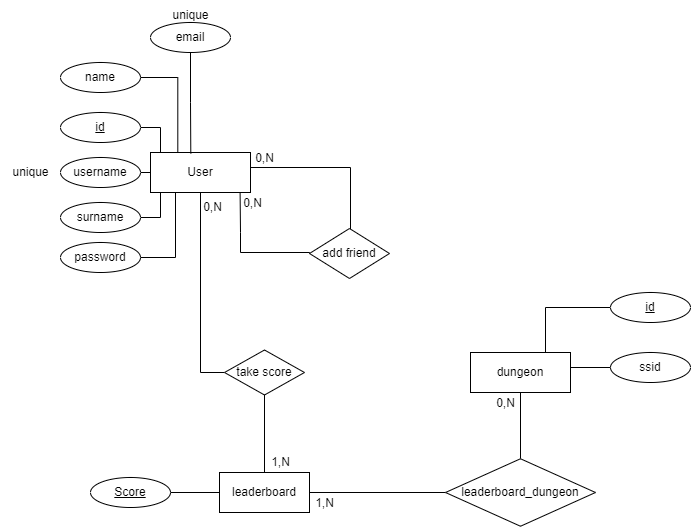
This is 7_Allegati/DataBase/Schema-ER-DB.png from smanedn/ColorfulSongs, a draw.io export, as it was before one commit. Source tidied: cells renumbered, new cells last; positions are measured from the earlier drawing's top-left corner, leaving out a move shared by most shapes. Source of this version:
```xml
<mxGraphModel>
  <root>
    <mxCell id="0" />
    <mxCell id="1" parent="0" />
    <mxCell id="2" style="edgeStyle=orthogonalEdgeStyle;rounded=0;jettySize=auto;html=1;endArrow=none;endFill=0;entryX=0;entryY=0.5;entryDx=0;entryDy=0;" parent="1" edge="1" source="3" target="30">
      <mxGeometry relative="1" as="geometry" />
    </mxCell>
    <mxCell id="3" value="User" style="whiteSpace=wrap;html=1;align=center;" parent="1" vertex="1">
      <mxGeometry x="150" y="152" width="100" height="40" as="geometry" />
    </mxCell>
    <mxCell id="4" value="name" style="ellipse;whiteSpace=wrap;html=1;align=center;" parent="1" vertex="1">
      <mxGeometry x="60" y="62" width="80" height="30" as="geometry" />
    </mxCell>
    <mxCell id="5" style="edgeStyle=orthogonalEdgeStyle;rounded=0;jettySize=auto;html=1;entryX=0;entryY=0.5;entryDx=0;entryDy=0;endArrow=none;endFill=0;exitX=1;exitY=0.5;exitDx=0;exitDy=0;" parent="1" edge="1" source="10" target="3">
      <mxGeometry relative="1" as="geometry" />
    </mxCell>
    <mxCell id="6" style="edgeStyle=orthogonalEdgeStyle;rounded=0;jettySize=auto;html=1;endArrow=none;endFill=0;" parent="1" edge="1" source="7">
      <mxGeometry relative="1" as="geometry">
        <mxPoint x="160" y="192" as="targetPoint" />
        <Array as="points">
          <mxPoint x="160" y="217" />
          <mxPoint x="160" y="192" />
        </Array>
      </mxGeometry>
    </mxCell>
    <mxCell id="7" value="surname" style="ellipse;whiteSpace=wrap;html=1;align=center;" parent="1" vertex="1">
      <mxGeometry x="60" y="202" width="80" height="30" as="geometry" />
    </mxCell>
    <mxCell id="8" style="edgeStyle=orthogonalEdgeStyle;rounded=0;jettySize=auto;html=1;entryX=0;entryY=0;entryDx=0;entryDy=0;endArrow=none;endFill=0;" parent="1" edge="1" source="9" target="3">
      <mxGeometry relative="1" as="geometry">
        <Array as="points">
          <mxPoint x="160" y="127" />
          <mxPoint x="160" y="152" />
        </Array>
      </mxGeometry>
    </mxCell>
    <mxCell id="9" value="id" style="ellipse;whiteSpace=wrap;html=1;align=center;fontStyle=4;" parent="1" vertex="1">
      <mxGeometry x="60" y="112" width="80" height="30" as="geometry" />
    </mxCell>
    <mxCell id="10" value="username" style="ellipse;whiteSpace=wrap;html=1;align=center;" parent="1" vertex="1">
      <mxGeometry x="60" y="157" width="80" height="30" as="geometry" />
    </mxCell>
    <mxCell id="11" value="password" style="ellipse;whiteSpace=wrap;html=1;align=center;" parent="1" vertex="1">
      <mxGeometry x="60" y="242" width="80" height="30" as="geometry" />
    </mxCell>
    <mxCell id="12" style="edgeStyle=orthogonalEdgeStyle;rounded=0;jettySize=auto;html=1;endArrow=none;endFill=0;exitX=1;exitY=0.5;exitDx=0;exitDy=0;entryX=0.25;entryY=1;entryDx=0;entryDy=0;" parent="1" edge="1" source="11" target="3">
      <mxGeometry relative="1" as="geometry">
        <Array as="points">
          <mxPoint x="175" y="257" />
        </Array>
      </mxGeometry>
    </mxCell>
    <mxCell id="13" value="0,N" style="text;html=1;align=center;verticalAlign=middle;strokeColor=none;fillColor=none;" parent="1" vertex="1">
      <mxGeometry x="244" y="143" width="40" height="30" as="geometry" />
    </mxCell>
    <mxCell id="14" value="unique" style="text;html=1;align=center;verticalAlign=middle;strokeColor=none;fillColor=none;" parent="1" vertex="1">
      <mxGeometry y="157" width="60" height="30" as="geometry" />
    </mxCell>
    <mxCell id="15" value="email" style="ellipse;whiteSpace=wrap;html=1;align=center;" parent="1" vertex="1">
      <mxGeometry x="150" y="22" width="80" height="30" as="geometry" />
    </mxCell>
    <mxCell id="16" value="unique" style="text;html=1;align=center;verticalAlign=middle;strokeColor=none;fillColor=none;" parent="1" vertex="1">
      <mxGeometry x="160" width="60" height="30" as="geometry" />
    </mxCell>
    <mxCell id="17" value="&lt;u&gt;Score&lt;/u&gt;" style="ellipse;whiteSpace=wrap;html=1;align=center;" parent="1" vertex="1">
      <mxGeometry x="90" y="477" width="80" height="30" as="geometry" />
    </mxCell>
    <mxCell id="18" value="add friend" style="rhombus;whiteSpace=wrap;html=1;" parent="1" vertex="1">
      <mxGeometry x="309" y="228" width="80" height="50" as="geometry" />
    </mxCell>
    <mxCell id="19" style="edgeStyle=orthogonalEdgeStyle;rounded=0;jettySize=auto;html=1;entryX=0.896;entryY=1.01;entryDx=0;entryDy=0;entryPerimeter=0;endArrow=none;endFill=0;exitX=0;exitY=0.5;exitDx=0;exitDy=0;" parent="1" edge="1" source="18" target="3">
      <mxGeometry relative="1" as="geometry">
        <Array as="points">
          <mxPoint x="240" y="252" />
          <mxPoint x="240" y="232" />
          <mxPoint x="240" y="232" />
        </Array>
      </mxGeometry>
    </mxCell>
    <mxCell id="20" style="edgeStyle=orthogonalEdgeStyle;rounded=0;jettySize=auto;html=1;entryX=1;entryY=0.5;entryDx=0;entryDy=0;endArrow=none;endFill=0;" parent="1" edge="1" source="18" target="3">
      <mxGeometry relative="1" as="geometry">
        <Array as="points">
          <mxPoint x="350" y="167" />
          <mxPoint x="250" y="167" />
        </Array>
      </mxGeometry>
    </mxCell>
    <mxCell id="21" value="0,N" style="text;html=1;align=center;verticalAlign=middle;strokeColor=none;fillColor=none;" parent="1" vertex="1">
      <mxGeometry x="232" y="188" width="40" height="30" as="geometry" />
    </mxCell>
    <mxCell id="22" style="edgeStyle=orthogonalEdgeStyle;rounded=0;jettySize=auto;html=1;entryX=0.273;entryY=0.009;entryDx=0;entryDy=0;entryPerimeter=0;endArrow=none;endFill=0;" parent="1" edge="1" source="4" target="3">
      <mxGeometry relative="1" as="geometry" />
    </mxCell>
    <mxCell id="23" style="edgeStyle=orthogonalEdgeStyle;rounded=0;jettySize=auto;html=1;entryX=0.403;entryY=0.024;entryDx=0;entryDy=0;entryPerimeter=0;endArrow=none;endFill=0;" parent="1" edge="1" source="15" target="3">
      <mxGeometry relative="1" as="geometry" />
    </mxCell>
    <mxCell id="24" style="edgeStyle=orthogonalEdgeStyle;rounded=0;jettySize=auto;html=1;entryX=0.5;entryY=0;entryDx=0;entryDy=0;endArrow=none;endFill=0;" parent="1" edge="1" source="25" target="35">
      <mxGeometry relative="1" as="geometry" />
    </mxCell>
    <mxCell id="25" value="dungeon" style="whiteSpace=wrap;html=1;" parent="1" vertex="1">
      <mxGeometry x="470" y="352" width="100" height="40" as="geometry" />
    </mxCell>
    <mxCell id="26" value="ssid" style="ellipse;whiteSpace=wrap;html=1;align=center;" parent="1" vertex="1">
      <mxGeometry x="610" y="352" width="80" height="30" as="geometry" />
    </mxCell>
    <mxCell id="27" style="edgeStyle=orthogonalEdgeStyle;rounded=0;jettySize=auto;html=1;entryX=0.75;entryY=0;entryDx=0;entryDy=0;endArrow=none;endFill=0;" parent="1" edge="1" source="28" target="25">
      <mxGeometry relative="1" as="geometry" />
    </mxCell>
    <mxCell id="28" value="&lt;u&gt;id&lt;/u&gt;" style="ellipse;whiteSpace=wrap;html=1;align=center;" parent="1" vertex="1">
      <mxGeometry x="610" y="292" width="80" height="30" as="geometry" />
    </mxCell>
    <mxCell id="29" style="edgeStyle=orthogonalEdgeStyle;rounded=0;jettySize=auto;html=1;entryX=1;entryY=0;entryDx=0;entryDy=0;endArrow=none;endFill=0;" parent="1" edge="1" source="26" target="25">
      <mxGeometry relative="1" as="geometry">
        <Array as="points">
          <mxPoint x="570" y="367" />
        </Array>
      </mxGeometry>
    </mxCell>
    <mxCell id="30" value="take score" style="rhombus;whiteSpace=wrap;html=1;" parent="1" vertex="1">
      <mxGeometry x="224" y="349.5" width="80" height="45" as="geometry" />
    </mxCell>
    <mxCell id="31" style="edgeStyle=orthogonalEdgeStyle;rounded=0;jettySize=auto;html=1;endArrow=none;endFill=0;" parent="1" edge="1" source="33" target="17">
      <mxGeometry relative="1" as="geometry" />
    </mxCell>
    <mxCell id="32" style="edgeStyle=orthogonalEdgeStyle;rounded=0;jettySize=auto;html=1;endArrow=none;endFill=0;entryX=0;entryY=0.5;entryDx=0;entryDy=0;" parent="1" edge="1" source="33" target="35">
      <mxGeometry relative="1" as="geometry" />
    </mxCell>
    <mxCell id="33" value="leaderboard" style="whiteSpace=wrap;html=1;" parent="1" vertex="1">
      <mxGeometry x="219" y="472" width="90" height="40" as="geometry" />
    </mxCell>
    <mxCell id="34" style="edgeStyle=orthogonalEdgeStyle;rounded=0;jettySize=auto;html=1;entryX=0.5;entryY=0;entryDx=0;entryDy=0;endArrow=none;endFill=0;" parent="1" edge="1" source="30" target="33">
      <mxGeometry relative="1" as="geometry" />
    </mxCell>
    <mxCell id="35" value="leaderboard_dungeon" style="rhombus;whiteSpace=wrap;html=1;" parent="1" vertex="1">
      <mxGeometry x="445" y="458.2" width="150" height="67.5" as="geometry" />
    </mxCell>
    <mxCell id="36" value="0,N" style="text;html=1;align=center;verticalAlign=middle;strokeColor=none;fillColor=none;" parent="1" vertex="1">
      <mxGeometry x="192" y="192" width="40" height="30" as="geometry" />
    </mxCell>
    <mxCell id="37" value="1&lt;span style=&quot;background-color: transparent; color: light-dark(rgb(0, 0, 0), rgb(255, 255, 255));&quot;&gt;,N&lt;/span&gt;" style="text;html=1;align=center;verticalAlign=middle;strokeColor=none;fillColor=none;" parent="1" vertex="1">
      <mxGeometry x="260" y="447" width="40" height="30" as="geometry" />
    </mxCell>
    <mxCell id="38" value="1,N" style="text;html=1;align=center;verticalAlign=middle;strokeColor=none;fillColor=none;" parent="1" vertex="1">
      <mxGeometry x="304" y="488" width="40" height="30" as="geometry" />
    </mxCell>
    <mxCell id="39" value="0,N" style="text;html=1;align=center;verticalAlign=middle;strokeColor=none;fillColor=none;" parent="1" vertex="1">
      <mxGeometry x="485" y="388" width="40" height="30" as="geometry" />
    </mxCell>
  </root>
</mxGraphModel>
```
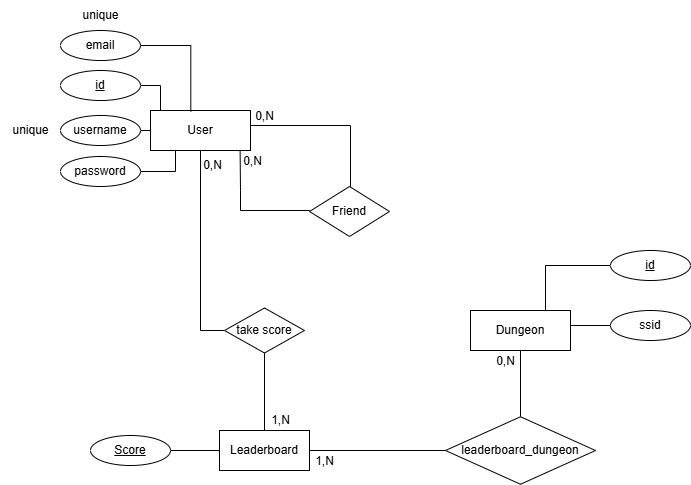
Above is the later version.

The edit, as a diff of the source:
```diff
@@ -8,24 +8,9 @@
     <mxCell id="3" value="User" style="whiteSpace=wrap;html=1;align=center;" parent="1" vertex="1">
       <mxGeometry x="150" y="152" width="100" height="40" as="geometry" />
     </mxCell>
-    <mxCell id="4" value="name" style="ellipse;whiteSpace=wrap;html=1;align=center;" parent="1" vertex="1">
-      <mxGeometry x="60" y="62" width="80" height="30" as="geometry" />
-    </mxCell>
     <mxCell id="5" style="edgeStyle=orthogonalEdgeStyle;rounded=0;jettySize=auto;html=1;entryX=0;entryY=0.5;entryDx=0;entryDy=0;endArrow=none;endFill=0;exitX=1;exitY=0.5;exitDx=0;exitDy=0;" parent="1" edge="1" source="10" target="3">
       <mxGeometry relative="1" as="geometry" />
     </mxCell>
-    <mxCell id="6" style="edgeStyle=orthogonalEdgeStyle;rounded=0;jettySize=auto;html=1;endArrow=none;endFill=0;" parent="1" edge="1" source="7">
-      <mxGeometry relative="1" as="geometry">
-        <mxPoint x="160" y="192" as="targetPoint" />
-        <Array as="points">
-          <mxPoint x="160" y="217" />
-          <mxPoint x="160" y="192" />
-        </Array>
-      </mxGeometry>
-    </mxCell>
-    <mxCell id="7" value="surname" style="ellipse;whiteSpace=wrap;html=1;align=center;" parent="1" vertex="1">
-      <mxGeometry x="60" y="202" width="80" height="30" as="geometry" />
-    </mxCell>
     <mxCell id="8" style="edgeStyle=orthogonalEdgeStyle;rounded=0;jettySize=auto;html=1;entryX=0;entryY=0;entryDx=0;entryDy=0;endArrow=none;endFill=0;" parent="1" edge="1" source="9" target="3">
       <mxGeometry relative="1" as="geometry">
         <Array as="points">
@@ -41,12 +26,12 @@
       <mxGeometry x="60" y="157" width="80" height="30" as="geometry" />
     </mxCell>
     <mxCell id="11" value="password" style="ellipse;whiteSpace=wrap;html=1;align=center;" parent="1" vertex="1">
-      <mxGeometry x="60" y="242" width="80" height="30" as="geometry" />
+      <mxGeometry x="60" y="198" width="80" height="30" as="geometry" />
     </mxCell>
     <mxCell id="12" style="edgeStyle=orthogonalEdgeStyle;rounded=0;jettySize=auto;html=1;endArrow=none;endFill=0;exitX=1;exitY=0.5;exitDx=0;exitDy=0;entryX=0.25;entryY=1;entryDx=0;entryDy=0;" parent="1" edge="1" source="11" target="3">
       <mxGeometry relative="1" as="geometry">
         <Array as="points">
-          <mxPoint x="175" y="257" />
+          <mxPoint x="175" y="213" />
         </Array>
       </mxGeometry>
     </mxCell>
@@ -57,15 +42,15 @@
       <mxGeometry y="157" width="60" height="30" as="geometry" />
     </mxCell>
     <mxCell id="15" value="email" style="ellipse;whiteSpace=wrap;html=1;align=center;" parent="1" vertex="1">
-      <mxGeometry x="150" y="22" width="80" height="30" as="geometry" />
+      <mxGeometry x="60" y="72" width="80" height="30" as="geometry" />
     </mxCell>
     <mxCell id="16" value="unique" style="text;html=1;align=center;verticalAlign=middle;strokeColor=none;fillColor=none;" parent="1" vertex="1">
-      <mxGeometry x="160" width="60" height="30" as="geometry" />
+      <mxGeometry x="70" y="42" width="60" height="30" as="geometry" />
     </mxCell>
     <mxCell id="17" value="&lt;u&gt;Score&lt;/u&gt;" style="ellipse;whiteSpace=wrap;html=1;align=center;" parent="1" vertex="1">
       <mxGeometry x="90" y="477" width="80" height="30" as="geometry" />
     </mxCell>
-    <mxCell id="18" value="add friend" style="rhombus;whiteSpace=wrap;html=1;" parent="1" vertex="1">
+    <mxCell id="18" value="Friend" style="rhombus;whiteSpace=wrap;html=1;" parent="1" vertex="1">
       <mxGeometry x="309" y="228" width="80" height="50" as="geometry" />
     </mxCell>
     <mxCell id="19" style="edgeStyle=orthogonalEdgeStyle;rounded=0;jettySize=auto;html=1;entryX=0.896;entryY=1.01;entryDx=0;entryDy=0;entryPerimeter=0;endArrow=none;endFill=0;exitX=0;exitY=0.5;exitDx=0;exitDy=0;" parent="1" edge="1" source="18" target="3">
@@ -88,16 +73,13 @@
     <mxCell id="21" value="0,N" style="text;html=1;align=center;verticalAlign=middle;strokeColor=none;fillColor=none;" parent="1" vertex="1">
       <mxGeometry x="232" y="188" width="40" height="30" as="geometry" />
     </mxCell>
-    <mxCell id="22" style="edgeStyle=orthogonalEdgeStyle;rounded=0;jettySize=auto;html=1;entryX=0.273;entryY=0.009;entryDx=0;entryDy=0;entryPerimeter=0;endArrow=none;endFill=0;" parent="1" edge="1" source="4" target="3">
-      <mxGeometry relative="1" as="geometry" />
-    </mxCell>
     <mxCell id="23" style="edgeStyle=orthogonalEdgeStyle;rounded=0;jettySize=auto;html=1;entryX=0.403;entryY=0.024;entryDx=0;entryDy=0;entryPerimeter=0;endArrow=none;endFill=0;" parent="1" edge="1" source="15" target="3">
       <mxGeometry relative="1" as="geometry" />
     </mxCell>
     <mxCell id="24" style="edgeStyle=orthogonalEdgeStyle;rounded=0;jettySize=auto;html=1;entryX=0.5;entryY=0;entryDx=0;entryDy=0;endArrow=none;endFill=0;" parent="1" edge="1" source="25" target="35">
       <mxGeometry relative="1" as="geometry" />
     </mxCell>
-    <mxCell id="25" value="dungeon" style="whiteSpace=wrap;html=1;" parent="1" vertex="1">
+    <mxCell id="25" value="Dungeon" style="whiteSpace=wrap;html=1;" parent="1" vertex="1">
       <mxGeometry x="470" y="352" width="100" height="40" as="geometry" />
     </mxCell>
     <mxCell id="26" value="ssid" style="ellipse;whiteSpace=wrap;html=1;align=center;" parent="1" vertex="1">
@@ -125,7 +107,7 @@
     <mxCell id="32" style="edgeStyle=orthogonalEdgeStyle;rounded=0;jettySize=auto;html=1;endArrow=none;endFill=0;entryX=0;entryY=0.5;entryDx=0;entryDy=0;" parent="1" edge="1" source="33" target="35">
       <mxGeometry relative="1" as="geometry" />
     </mxCell>
-    <mxCell id="33" value="leaderboard" style="whiteSpace=wrap;html=1;" parent="1" vertex="1">
+    <mxCell id="33" value="Leaderboard" style="whiteSpace=wrap;html=1;" parent="1" vertex="1">
       <mxGeometry x="219" y="472" width="90" height="40" as="geometry" />
     </mxCell>
     <mxCell id="34" style="edgeStyle=orthogonalEdgeStyle;rounded=0;jettySize=auto;html=1;entryX=0.5;entryY=0;entryDx=0;entryDy=0;endArrow=none;endFill=0;" parent="1" edge="1" source="30" target="33">
```
